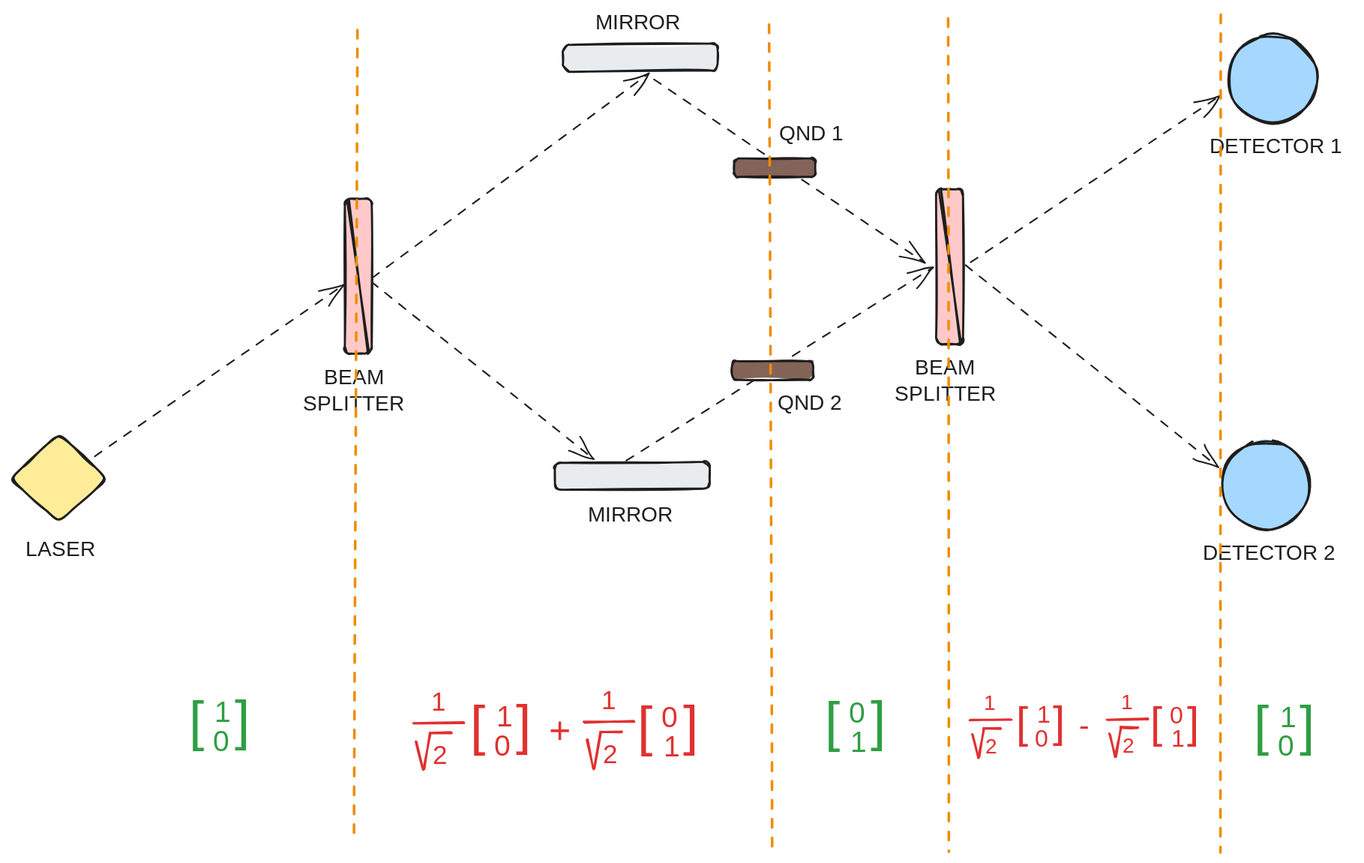
The Excalidraw diagram ndclondon-2026/graphics/interferometer3.excalidraw.svg in filipw/filipw.github.io, before a commit. Source tidied: one line per element, renumbered; positions are measured from the earlier drawing's top-left corner, leaving out a move shared by most shapes.
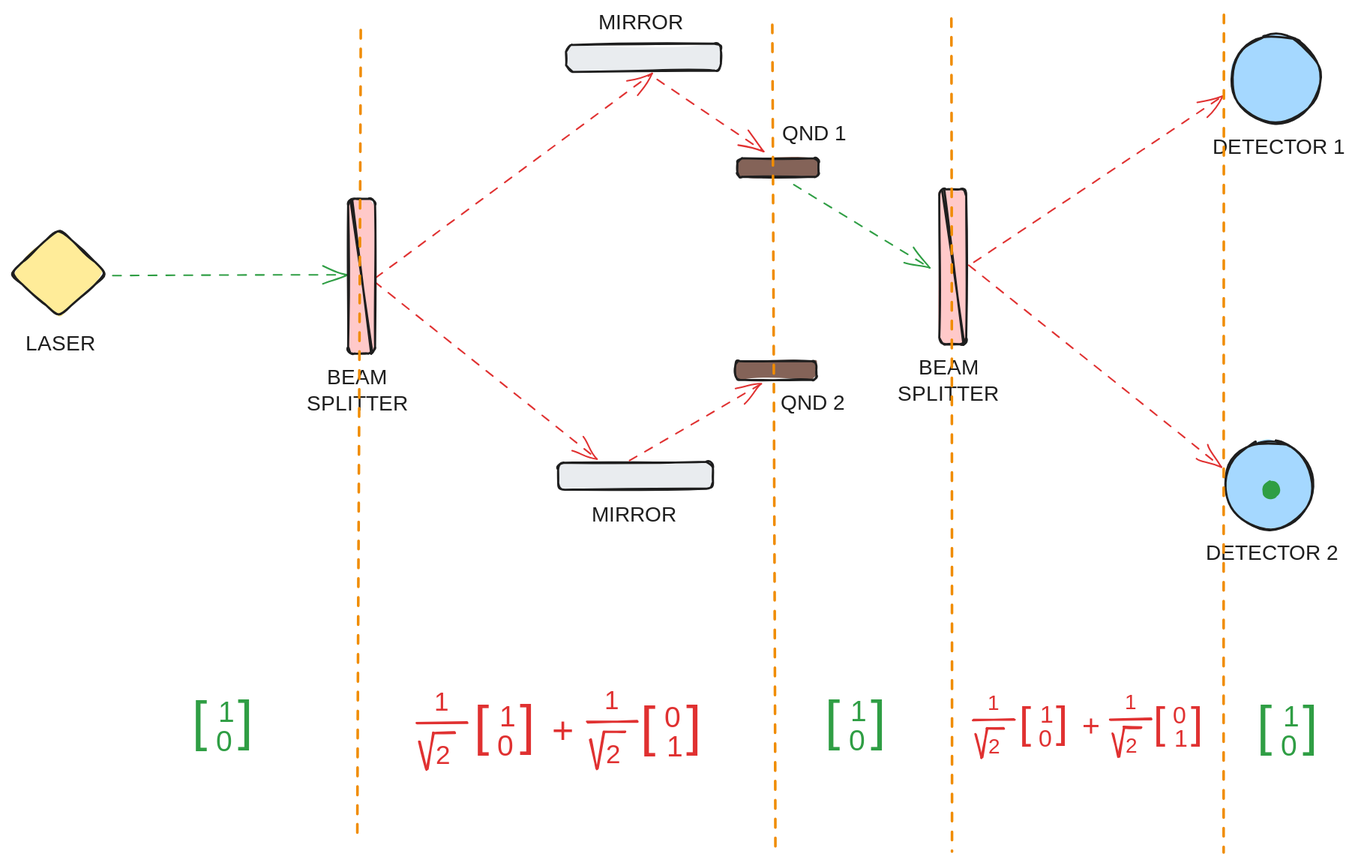
Later version of the same file.

The edit, as a diff of the source:
```diff
@@ -1,10 +1,10 @@
-{"id": 0, "type": "arrow", "strokeColor": "#1e1e1e", "strokeWidth": 1, "strokeStyle": "dashed", "roughness": 1, "endArrowhead": "arrow", "round": true, "from": 5, "to": 7, "x": 80, "y": 454, "width": 237, "height": 164, "points": [[0, 0], [237, -164]]}
+{"id": 0, "type": "arrow", "strokeColor": "#2f9e44", "strokeWidth": 1, "strokeStyle": "dashed", "roughness": 1, "endArrowhead": "arrow", "round": true, "from": 5, "to": 7, "x": 94, "y": 282, "width": 224, "height": 1, "points": [[0, 0], [224, -1]]}
-{"id": 1, "type": "arrow", "strokeColor": "#1e1e1e", "strokeWidth": 1, "strokeStyle": "dashed", "roughness": 1, "endArrowhead": "arrow", "round": true, "from": 7, "to": 12, "x": 344, "y": 284, "width": 263, "height": 196, "points": [[0, 0], [263, -196]]}
+{"id": 1, "type": "arrow", "strokeColor": "#e03131", "strokeWidth": 1, "strokeStyle": "dashed", "roughness": 1, "endArrowhead": "arrow", "round": true, "from": 7, "to": 12, "x": 344, "y": 284, "width": 263, "height": 196, "points": [[0, 0], [263, -196]]}
-{"id": 2, "type": "arrow", "strokeColor": "#1e1e1e", "strokeWidth": 1, "strokeStyle": "dashed", "roughness": 1, "endArrowhead": "arrow", "round": true, "from": 7, "to": 13, "x": 344, "y": 286, "width": 212, "height": 171, "points": [[0, 0], [212, 171]]}
+{"id": 2, "type": "arrow", "strokeColor": "#e03131", "strokeWidth": 1, "strokeStyle": "dashed", "roughness": 1, "endArrowhead": "arrow", "round": true, "from": 7, "to": 13, "x": 344, "y": 286, "width": 212, "height": 171, "points": [[0, 0], [212, 171]]}
 {"id": 3, "type": "ellipse", "strokeColor": "#1e1e1e", "backgroundColor": "#a5d8ff", "fillStyle": "solid", "strokeWidth": 2, "roughness": 1, "round": true, "x": 1160, "y": 52, "width": 84, "height": 84}
 {"id": 4, "type": "text", "text": "DETECTOR 1", "strokeColor": "#1e1e1e", "backgroundColor": "#a5d8ff", "fillStyle": "solid", "strokeWidth": 2, "roughness": 1, "fontSize": 20, "fontFamily": 5, "x": 1142, "y": 147, "width": 137, "height": 25}
-{"id": 5, "type": "diamond", "strokeColor": "#1e1e1e", "backgroundColor": "#ffec99", "fillStyle": "solid", "strokeWidth": 2, "roughness": 1, "round": true, "x": 0, "y": 431, "width": 92, "height": 85}
+{"id": 5, "type": "diamond", "strokeColor": "#1e1e1e", "backgroundColor": "#ffec99", "fillStyle": "solid", "strokeWidth": 2, "roughness": 1, "round": true, "x": -3, "y": 236, "width": 92, "height": 85}
-{"id": 6, "type": "text", "text": "LASER", "strokeColor": "#1e1e1e", "backgroundColor": "#ffec99", "fillStyle": "solid", "strokeWidth": 2, "roughness": 1, "fontSize": 20, "fontFamily": 5, "x": 14, "y": 530, "width": 66, "height": 25}
+{"id": 6, "type": "text", "text": "LASER", "strokeColor": "#1e1e1e", "backgroundColor": "#ffec99", "fillStyle": "solid", "strokeWidth": 2, "roughness": 1, "fontSize": 20, "fontFamily": 5, "x": 11, "y": 335, "width": 66, "height": 25}
 {"id": 7, "type": "rectangle", "strokeColor": "#1e1e1e", "backgroundColor": "#ffc9c9", "fillStyle": "solid", "strokeWidth": 2, "roughness": 1, "round": true, "x": 318, "y": 208, "width": 26, "height": 147}
 {"id": 8, "type": "line", "strokeColor": "#1e1e1e", "backgroundColor": "#ffc9c9", "fillStyle": "solid", "strokeWidth": 2, "roughness": 1, "round": true, "x": 321, "y": 209, "width": 20, "height": 147, "points": [[0, 0], [20, 147]]}
 {"id": 9, "type": "text", "text": "BEAM\nSPLITTER", "strokeColor": "#1e1e1e", "backgroundColor": "#ffc9c9", "fillStyle": "solid", "strokeWidth": 2, "roughness": 1, "fontSize": 20, "fontFamily": 5, "textAlign": "center", "x": 271, "y": 367, "width": 111, "height": 50}
@@ -15,16 +15,16 @@
 {"id": 14, "type": "rectangle", "strokeColor": "#1e1e1e", "backgroundColor": "#ffc9c9", "fillStyle": "solid", "strokeWidth": 2, "roughness": 1, "round": true, "x": 882, "y": 199, "width": 26, "height": 147}
 {"id": 15, "type": "line", "strokeColor": "#1e1e1e", "backgroundColor": "#ffc9c9", "fillStyle": "solid", "strokeWidth": 2, "roughness": 1, "round": true, "x": 885, "y": 200, "width": 20, "height": 147, "points": [[0, 0], [20, 147]]}
 {"id": 16, "type": "text", "text": "BEAM\nSPLITTER", "strokeColor": "#1e1e1e", "backgroundColor": "#ffc9c9", "fillStyle": "solid", "strokeWidth": 2, "roughness": 1, "fontSize": 20, "fontFamily": 5, "textAlign": "center", "x": 835, "y": 358, "width": 111, "height": 50}
-{"id": 17, "type": "arrow", "strokeColor": "#1e1e1e", "backgroundColor": "#e9ecef", "fillStyle": "solid", "strokeWidth": 1, "strokeStyle": "dashed", "roughness": 1, "endArrowhead": "arrow", "round": true, "from": 12, "to": 14, "x": 614, "y": 95, "width": 258, "height": 175, "points": [[0, 0], [258, 175]]}
+{"id": 17, "type": "arrow", "strokeColor": "#e03131", "backgroundColor": "#e9ecef", "fillStyle": "solid", "strokeWidth": 1, "strokeStyle": "dashed", "roughness": 1, "endArrowhead": "arrow", "round": true, "from": 12, "to": 22, "x": 614, "y": 95, "width": 101, "height": 69, "points": [[0, 0], [101, 69]]}
-{"id": 18, "type": "arrow", "strokeColor": "#1e1e1e", "backgroundColor": "#e9ecef", "fillStyle": "solid", "strokeWidth": 1, "strokeStyle": "dashed", "roughness": 1, "endArrowhead": "arrow", "round": true, "from": 13, "to": 14, "x": 587, "y": 456, "width": 292, "height": 182, "points": [[0, 0], [292, -182]]}
+{"id": 18, "type": "arrow", "strokeColor": "#e03131", "backgroundColor": "#e9ecef", "fillStyle": "solid", "strokeWidth": 1, "strokeStyle": "dashed", "roughness": 1, "endArrowhead": "arrow", "round": true, "from": 13, "to": 23, "x": 587, "y": 456, "width": 126, "height": 71, "points": [[0, 0], [126, -71]]}
-{"id": 19, "type": "arrow", "strokeColor": "#1e1e1e", "backgroundColor": "#e9ecef", "fillStyle": "solid", "strokeWidth": 1, "strokeStyle": "dashed", "roughness": 1, "endArrowhead": "arrow", "round": true, "from": 14, "to": 10, "x": 910, "y": 272, "width": 239, "height": 192, "points": [[0, 0], [239, 192]]}
+{"id": 19, "type": "arrow", "strokeColor": "#e03131", "backgroundColor": "#e9ecef", "fillStyle": "solid", "strokeWidth": 1, "strokeStyle": "dashed", "roughness": 1, "endArrowhead": "arrow", "round": true, "from": 14, "to": 10, "x": 910, "y": 272, "width": 239, "height": 192, "points": [[0, 0], [239, 192]]}
 {"id": 20, "type": "text", "text": "MIRROR", "strokeColor": "#1e1e1e", "backgroundColor": "#e9ecef", "fillStyle": "solid", "strokeWidth": 1, "strokeStyle": "dashed", "roughness": 1, "fontSize": 20, "fontFamily": 5, "x": 550, "y": 498, "width": 86, "height": 25}
 {"id": 21, "type": "text", "text": "MIRROR", "strokeColor": "#1e1e1e", "backgroundColor": "#e9ecef", "fillStyle": "solid", "strokeWidth": 1, "strokeStyle": "dashed", "roughness": 1, "fontSize": 20, "fontFamily": 5, "x": 557, "y": 29, "width": 86, "height": 25}
 {"id": 22, "type": "rectangle", "strokeColor": "#1e1e1e", "backgroundColor": "#846358", "fillStyle": "solid", "strokeWidth": 2, "roughness": 1, "round": true, "x": 689, "y": 169, "width": 77, "height": 18}
 {"id": 23, "type": "rectangle", "strokeColor": "#1e1e1e", "backgroundColor": "#846358", "fillStyle": "solid", "strokeWidth": 2, "roughness": 1, "round": true, "x": 687, "y": 363, "width": 77, "height": 18}
 {"id": 24, "type": "text", "text": "QND 1", "strokeColor": "#1e1e1e", "backgroundColor": "#846358", "fillStyle": "solid", "strokeWidth": 2, "roughness": 1, "fontSize": 20, "fontFamily": 5, "x": 732, "y": 135, "width": 60, "height": 25}
 {"id": 25, "type": "text", "text": "QND 2", "strokeColor": "#1e1e1e", "backgroundColor": "#846358", "fillStyle": "solid", "strokeWidth": 2, "roughness": 1, "fontSize": 20, "fontFamily": 5, "x": 730, "y": 391, "width": 66, "height": 25}
-{"id": 26, "type": "arrow", "strokeColor": "#1e1e1e", "backgroundColor": "#e9ecef", "fillStyle": "solid", "strokeWidth": 1, "strokeStyle": "dashed", "roughness": 1, "endArrowhead": "arrow", "round": true, "from": 14, "to": 3, "x": 914, "y": 267, "width": 238, "height": 158, "points": [[0, 0], [238, -158]]}
+{"id": 26, "type": "arrow", "strokeColor": "#e03131", "backgroundColor": "#e9ecef", "fillStyle": "solid", "strokeWidth": 1, "strokeStyle": "dashed", "roughness": 1, "endArrowhead": "arrow", "round": true, "from": 14, "to": 3, "x": 914, "y": 267, "width": 238, "height": 158, "points": [[0, 0], [238, -158]]}
 {"id": 27, "type": "text", "text": "1", "strokeColor": "#2f9e44", "strokeWidth": 2, "roughness": 1, "fontSize": 28, "fontFamily": 5, "x": 194, "y": 681, "width": 12, "height": 35}
 {"id": 28, "type": "text", "text": "0", "strokeColor": "#2f9e44", "strokeWidth": 2, "roughness": 1, "fontSize": 28, "fontFamily": 5, "x": 192, "y": 709, "width": 19, "height": 35}
 {"id": 29, "type": "text", "text": "[", "strokeColor": "#2f9e44", "strokeWidth": 2, "roughness": 1, "fontSize": 51.8, "fontFamily": 6, "x": 170, "y": 671, "width": 17, "height": 70}
@@ -37,10 +37,6 @@
 {"id": 36, "type": "text", "text": "0", "strokeColor": "#2f9e44", "strokeWidth": 2, "roughness": 1, "fontSize": 28, "fontFamily": 5, "x": 1207, "y": 714, "width": 19, "height": 35}
 {"id": 37, "type": "text", "text": "[", "strokeColor": "#2f9e44", "strokeWidth": 2, "roughness": 1, "fontSize": 51.8, "fontFamily": 6, "x": 1184, "y": 676, "width": 17, "height": 70}
 {"id": 38, "type": "text", "text": "]", "strokeColor": "#2f9e44", "strokeWidth": 2, "roughness": 1, "fontSize": 51.8, "fontFamily": 6, "x": 1228, "y": 675, "width": 17, "height": 70}
-{"id": 39, "type": "text", "text": "0", "strokeColor": "#2f9e44", "strokeWidth": 2, "roughness": 1, "fontSize": 28, "fontFamily": 5, "x": 798, "y": 682, "width": 19, "height": 35}
-{"id": 40, "type": "text", "text": "1", "strokeColor": "#2f9e44", "strokeWidth": 2, "roughness": 1, "fontSize": 28, "fontFamily": 5, "x": 800, "y": 710, "width": 12, "height": 35}
-{"id": 41, "type": "text", "text": "[", "strokeColor": "#2f9e44", "strokeWidth": 2, "roughness": 1, "fontSize": 51.8, "fontFamily": 6, "x": 775, "y": 672, "width": 17, "height": 70}
-{"id": 42, "type": "text", "text": "]", "strokeColor": "#2f9e44", "strokeWidth": 2, "roughness": 1, "fontSize": 51.8, "fontFamily": 6, "x": 819, "y": 671, "width": 17, "height": 70}
 {"id": 43, "type": "text", "text": "+ ", "strokeColor": "#e03131", "strokeWidth": 2, "roughness": 1, "fontSize": 36, "fontFamily": 5, "x": 513, "y": 694, "width": 34, "height": 45}
 {"id": 44, "type": "text", "text": "1", "strokeColor": "#e03131", "strokeWidth": 2, "roughness": 1, "fontSize": 28, "fontFamily": 5, "x": 463, "y": 686, "width": 12, "height": 35}
 {"id": 45, "type": "text", "text": "0", "strokeColor": "#e03131", "strokeWidth": 2, "roughness": 1, "fontSize": 28, "fontFamily": 5, "x": 461, "y": 713, "width": 19, "height": 35}
@@ -62,7 +58,7 @@
 {"id": 61, "type": "text", "text": "1", "strokeColor": "#e03131", "strokeWidth": 2, "roughness": 1, "fontSize": 24.97, "fontFamily": 5, "x": 563, "y": 672, "width": 11, "height": 31}
 {"id": 62, "type": "text", "text": "2", "strokeColor": "#e03131", "strokeWidth": 2, "roughness": 1, "fontSize": 24.97, "fontFamily": 5, "x": 564, "y": 723, "width": 17, "height": 31}
 {"id": 63, "type": "line", "strokeColor": "#e03131", "strokeWidth": 2, "roughness": 1, "round": true, "x": 546, "y": 706, "width": 48, "height": 1, "points": [[0, 0], [48, -1]]}
-{"id": 64, "type": "text", "text": "-", "strokeColor": "#e03131", "strokeWidth": 2, "roughness": 1, "fontSize": 29.0, "fontFamily": 5, "x": 1018, "y": 694, "width": 12, "height": 36}
+{"id": 64, "type": "text", "text": "+", "strokeColor": "#e03131", "strokeWidth": 2, "roughness": 1, "fontSize": 29.0, "fontFamily": 5, "x": 1018, "y": 694, "width": 16, "height": 36}
 {"id": 65, "type": "text", "text": "1", "strokeColor": "#e03131", "strokeWidth": 2, "roughness": 1, "fontSize": 22.56, "fontFamily": 5, "x": 977, "y": 687, "width": 10, "height": 28}
 {"id": 66, "type": "text", "text": "0", "strokeColor": "#e03131", "strokeWidth": 2, "roughness": 1, "fontSize": 22.56, "fontFamily": 5, "x": 976, "y": 709, "width": 15, "height": 28}
 {"id": 67, "type": "text", "text": "[", "strokeColor": "#e03131", "strokeWidth": 2, "roughness": 1, "fontSize": 41.74, "fontFamily": 6, "x": 958, "y": 679, "width": 14, "height": 56}
@@ -83,3 +79,9 @@
 {"id": 82, "type": "text", "text": "1", "strokeColor": "#e03131", "strokeWidth": 2, "roughness": 1, "fontSize": 20.12, "fontFamily": 5, "x": 1058, "y": 676, "width": 9, "height": 25}
 {"id": 83, "type": "text", "text": "2", "strokeColor": "#e03131", "strokeWidth": 2, "roughness": 1, "fontSize": 20.12, "fontFamily": 5, "x": 1059, "y": 717, "width": 14, "height": 25}
 {"id": 84, "type": "line", "strokeColor": "#e03131", "strokeWidth": 2, "roughness": 1, "round": true, "x": 1045, "y": 704, "width": 39, "height": 0, "points": [[0, 0], [39, 0]]}
+{"id": 85, "type": "arrow", "strokeColor": "#2f9e44", "backgroundColor": "#e9ecef", "fillStyle": "solid", "strokeWidth": 1, "strokeStyle": "dashed", "roughness": 1, "endArrowhead": "arrow", "round": true, "from": 22, "to": 14, "x": 744, "y": 195, "width": 128, "height": 79, "points": [[0, 0], [128, 79]]}
+{"id": 40, "type": "text", "text": "1", "strokeColor": "#2f9e44", "strokeWidth": 2, "roughness": 1, "fontSize": 28, "fontFamily": 5, "x": 797, "y": 681, "width": 12, "height": 35}
+{"id": 39, "type": "text", "text": "0", "strokeColor": "#2f9e44", "strokeWidth": 2, "roughness": 1, "fontSize": 28, "fontFamily": 5, "x": 795, "y": 709, "width": 19, "height": 35}
+{"id": 41, "type": "text", "text": "[", "strokeColor": "#2f9e44", "strokeWidth": 2, "roughness": 1, "fontSize": 51.8, "fontFamily": 6, "x": 772, "y": 671, "width": 17, "height": 70}
+{"id": 42, "type": "text", "text": "]", "strokeColor": "#2f9e44", "strokeWidth": 2, "roughness": 1, "fontSize": 51.8, "fontFamily": 6, "x": 816, "y": 670, "width": 17, "height": 70}
+{"id": 86, "type": "ellipse", "strokeColor": "#2f9e44", "backgroundColor": "#2f9e44", "fillStyle": "solid", "strokeWidth": 2, "roughness": 1, "round": true, "x": 1190, "y": 478, "width": 15, "height": 15}
```
